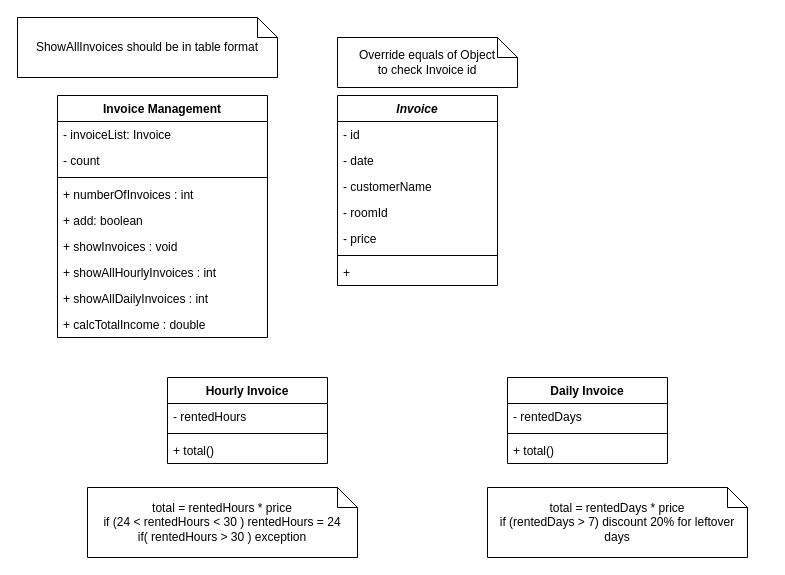
Earlier version of the draw.io diagram page "problem5" (3 of 3) of SourceCode/Postgres/Query/ERD/Drawio/JavaCoreReviewPartII.drawio (TongVu/Axon). Source tidied: cells renumbered, new cells numbered last; positions are measured from the earlier drawing's top-left corner, leaving out a move shared by most shapes. Both pictures are drawn from the tidied source at 100%, with x=0, y=0 at pixel (17, 17).
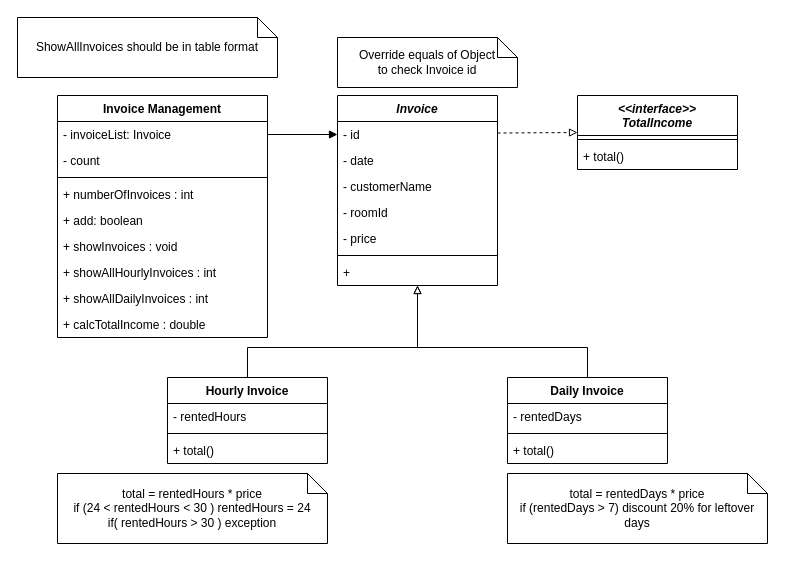
After the change.

The change refers to these unchanged cells:
```xml
<mxCell id="3" value="- id" style="text;strokeColor=none;fillColor=none;align=left;verticalAlign=top;spacingLeft=4;spacingRight=4;overflow=hidden;points=[[0,0.5],[1,0.5]];portConstraint=eastwest;" parent="2" vertex="1">
  <mxGeometry y="26" width="160" height="26" as="geometry" />
</mxCell>
<mxCell id="9" value="+ " style="text;strokeColor=none;fillColor=none;align=left;verticalAlign=top;spacingLeft=4;spacingRight=4;overflow=hidden;points=[[0,0.5],[1,0.5]];portConstraint=eastwest;" parent="2" vertex="1">
  <mxGeometry y="164" width="160" height="26" as="geometry" />
</mxCell>
<mxCell id="10" value="Hourly Invoice" style="swimlane;fontStyle=1;align=center;verticalAlign=top;horizontal=1;startSize=26;" parent="1" vertex="1">
  <mxGeometry x="150" y="360" width="160" height="86" as="geometry" />
</mxCell>
<mxCell id="14" value="Daily Invoice" style="swimlane;fontStyle=1;align=center;verticalAlign=top;horizontal=1;startSize=26;" parent="1" vertex="1">
  <mxGeometry x="490" y="360" width="160" height="86" as="geometry" />
</mxCell>
<mxCell id="21" value="- invoiceList: Invoice" style="text;strokeColor=none;fillColor=none;align=left;verticalAlign=top;spacingLeft=4;spacingRight=4;overflow=hidden;points=[[0,0.5],[1,0.5]];portConstraint=eastwest;" parent="20" vertex="1">
  <mxGeometry y="26" width="210" height="26" as="geometry" />
</mxCell>
```

The edit, as a diff of the source:
```diff
@@
+    <mxCell id="32" style="edgeStyle=orthogonalEdgeStyle;rounded=0;jettySize=auto;html=1;exitX=0.5;exitY=0;exitDx=0;exitDy=0;entryX=0.5;entryY=1;entryDx=0;entryDy=0;entryPerimeter=0;endArrow=block;endFill=0;" parent="1" edge="1" source="10" target="9">
+      <mxGeometry relative="1" as="geometry">
+        <Array as="points">
+          <mxPoint x="230" y="330" />
+          <mxPoint x="400" y="330" />
+        </Array>
+      </mxGeometry>
+    </mxCell>
@@
+    <mxCell id="33" style="edgeStyle=orthogonalEdgeStyle;rounded=0;jettySize=auto;html=1;exitX=0.5;exitY=0;exitDx=0;exitDy=0;endArrow=block;endFill=0;" parent="1" edge="1" source="14" target="9">
+      <mxGeometry relative="1" as="geometry">
+        <Array as="points">
+          <mxPoint x="570" y="330" />
+          <mxPoint x="400" y="330" />
+        </Array>
+      </mxGeometry>
+    </mxCell>
@@
     <mxCell id="18" value="total = rentedHours * price&lt;br&gt;if (24 &amp;lt; rentedHours &amp;lt; 30 ) rentedHours = 24&lt;br&gt;if( rentedHours &amp;gt; 30 ) exception" style="shape=note;size=20;whiteSpace=wrap;html=1;" parent="1" vertex="1">
-      <mxGeometry x="70" y="470" width="270" height="70" as="geometry" />
+      <mxGeometry x="40" y="456" width="270" height="70" as="geometry" />
     </mxCell>
     <mxCell id="19" value="total = rentedDays * price&lt;br&gt;if (rentedDays &amp;gt; 7) discount 20% for leftover days" style="shape=note;size=20;whiteSpace=wrap;html=1;" parent="1" vertex="1">
-      <mxGeometry x="470" y="470" width="260" height="70" as="geometry" />
+      <mxGeometry x="490" y="456" width="260" height="70" as="geometry" />
     </mxCell>
@@
+    <mxCell id="34" value="&lt;&lt;interface&gt;&gt;&#10;TotalIncome" style="swimlane;fontStyle=3;align=center;verticalAlign=top;horizontal=1;startSize=40;" parent="1" vertex="1">
+      <mxGeometry x="560" y="78" width="160" height="74" as="geometry" />
+    </mxCell>
+    <mxCell id="35" style="line;strokeWidth=1;fillColor=none;align=left;verticalAlign=middle;spacingTop=-1;spacingLeft=3;spacingRight=3;labelPosition=right;" parent="34" vertex="1">
+      <mxGeometry y="40" width="160" height="8" as="geometry" />
+    </mxCell>
+    <mxCell id="36" value="+ total()" style="text;strokeColor=none;fillColor=none;align=left;verticalAlign=top;spacingLeft=4;spacingRight=4;overflow=hidden;" parent="34" vertex="1">
+      <mxGeometry y="48" width="160" height="26" as="geometry" />
+    </mxCell>
+    <mxCell id="37" style="edgeStyle=none;rounded=0;jettySize=auto;html=1;exitX=1;exitY=0.444;exitDx=0;exitDy=0;endArrow=block;endFill=0;exitPerimeter=0;dashed=1;" parent="1" edge="1" source="3">
+      <mxGeometry relative="1" as="geometry">
+        <mxPoint x="560" y="115" as="targetPoint" />
+      </mxGeometry>
+    </mxCell>
+    <mxCell id="38" style="edgeStyle=none;rounded=0;jettySize=auto;html=1;exitX=1;exitY=0.5;exitDx=0;exitDy=0;entryX=0;entryY=0.5;entryDx=0;entryDy=0;endArrow=block;endFill=1;" parent="1" edge="1" source="21" target="3">
+      <mxGeometry relative="1" as="geometry" />
+    </mxCell>
```
